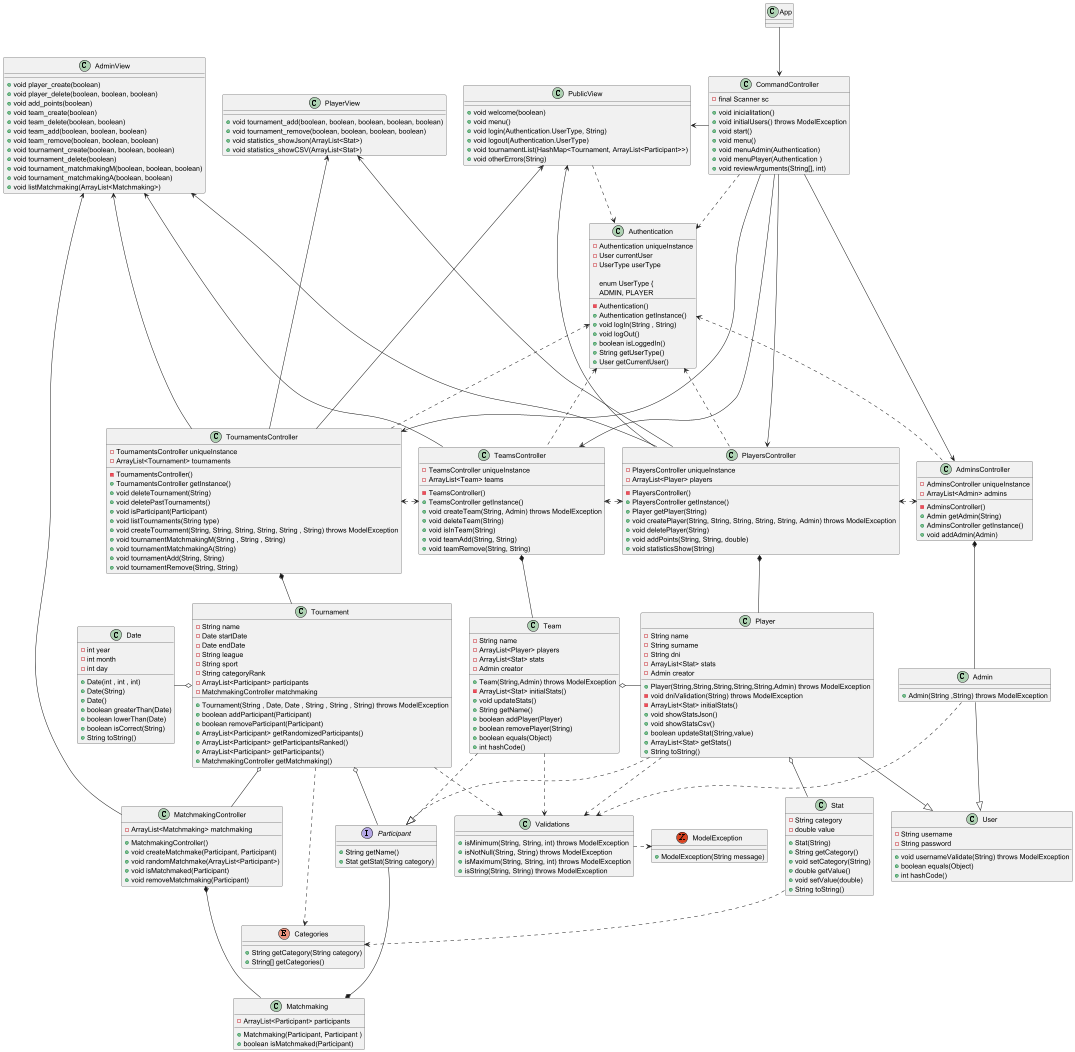
AlbertoArpa/POO2 keeps this PlantUML diagram as documents/uml.png. Above is the earlier version. Its diagram source:
```plantuml
@startuml
class User {
    - String username
    - String password
    + void usernameValidate(String) throws ModelException
    + boolean equals(Object)
    + int hashCode()
}

class Player {
    - String name
    - String surname
    - String dni
    - ArrayList<Stat> stats
    - Admin creator
    + Player(String,String,String,String,String,Admin) throws ModelException
    - void dniValidation(String) throws ModelException
    - ArrayList<Stat> initialStats()
    + void showStatsJson()
    + void showStatsCsv()
    + boolean updateStat(String,value)
    + ArrayList<Stat> getStats()
    + String toString()
}

class Admin {
    + Admin(String ,String) throws ModelException
}

enum Categories {
    +String getCategory(String category)
    +String[] getCategories()
}

class Stat {
    - String category
    - double value
    + Stat(String)
    + String getCategory()
    + void setCategory(String)
    + double getValue()
    + void setValue(double)
    + String toString()
}

class Team {
    - String name
    - ArrayList<Player> players
    - ArrayList<Stat> stats
    - Admin creator
    + Team(String,Admin) throws ModelException
    - ArrayList<Stat> initialStats()
    + void updateStats()
    + String getName()
    + boolean addPlayer(Player)
    + boolean removePlayer(String)
    + boolean equals(Object)
    + int hashCode()
}

class Matchmaking {
    - ArrayList<Participant> participants
    + Matchmaking(Participant, Participant )
    + boolean isMatchmaked(Participant)
}

class Tournament {
    - String name
    - Date startDate
    - Date endDate
    - String league
    - String sport
    - String categoryRank
    - ArrayList<Participant> participants
    - MatchmakingController matchmaking
    + Tournament(String , Date, Date , String , String , String) throws ModelException
    + boolean addParticipant(Participant)
    + boolean removeParticipant(Participant)
    + ArrayList<Participant> getRandomizedParticipants()
    + ArrayList<Participant> getParticipantsRanked()
    + ArrayList<Participant> getParticipants()
    + MatchmakingController getMatchmaking()
}

class CommandController {
    - final Scanner sc
    + void inicialitation()
    + void initialUsers() throws ModelException
    + void start()
    + void menu()
    + void menuAdmin(Authentication)
    + void menuPlayer(Authentication )
    + void reviewArguments(String[], int)
}

class AdminsController {
    - AdminsController uniqueInstance
    - ArrayList<Admin> admins
    - AdminsController()
    + Admin getAdmin(String)
    + AdminsController getInstance()
    + void addAdmin(Admin)
}

class PlayersController {
    - PlayersController uniqueInstance
    - ArrayList<Player> players
    - PlayersController()
    + PlayersController getInstance()
    + Player getPlayer(String)
    + void createPlayer(String, String, String, String, String, Admin) throws ModelException
    + void deletePlayer(String)
    + void addPoints(String, String, double)
    + void statisticsShow(String)
}

class Authentication {
    - Authentication uniqueInstance
    - User currentUser
    - UserType userType
    - Authentication()
    + Authentication getInstance()
    + void logIn(String , String)
    + void logOut()
    + boolean isLoggedIn()
    + String getUserType()
    + User getCurrentUser()

    enum UserType {
        ADMIN, PLAYER

}

class TournamentsController {
    - TournamentsController uniqueInstance
    - ArrayList<Tournament> tournaments
    - TournamentsController()
    + TournamentsController getInstance()
    + void deleteTournament(String)
    + void deletePastTournaments()
    + void isParticipant(Participant)
    + void listTournaments(String type)
    + void createTournament(String, String, String, String, String , String) throws ModelException
    + void tournamentMatchmakingM(String , String , String)
    + void tournamentMatchmakingA(String)
    + void tournamentAdd(String, String)
    + void tournamentRemove(String, String)
}

class TeamsController {
    - TeamsController uniqueInstance
    - ArrayList<Team> teams
    - TeamsController()
    + TeamsController getInstance()
    + void createTeam(String, Admin) throws ModelException
    + void deleteTeam(String)
    + void isInTeam(String)
    + void teamAdd(String, String)
    + void teamRemove(String, String)
}

class MatchmakingController {
    - ArrayList<Matchmaking> matchmaking
    + MatchmakingController()
    + void createMatchmake(Participant, Participant)
    + void randomMatchmake(ArrayList<Participant>)
    + void isMatchmaked(Participant)
    + void removeMatchmaking(Participant)
}

class PlayerView {
    + void tournament_add(boolean, boolean, boolean, boolean, boolean)
    + void tournament_remove(boolean, boolean, boolean, boolean)
    + void statistics_showJson(ArrayList<Stat>)
    + void statistics_showCSV(ArrayList<Stat>)
}

class PublicView {
    + void welcome(boolean)
    + void menu()
    + void login(Authentication.UserType, String)
    + void logout(Authentication.UserType)
    + void tournamentList(HashMap<Tournament, ArrayList<Participant>>)
    + void otherErrors(String)
}

class AdminView {
    + void player_create(boolean)
    + void player_delete(boolean, boolean, boolean)
    + void add_points(boolean)
    + void team_create(boolean)
    + void team_delete(boolean, boolean)
    + void team_add(boolean, boolean, boolean)
    + void team_remove(boolean, boolean, boolean)
    + void tournament_create(boolean, boolean, boolean)
    + void tournament_delete(boolean)
    + void tournament_matchmakingM(boolean, boolean, boolean)
    + void tournament_matchmakingA(boolean, boolean)
    + void listMatchmaking(ArrayList<Matchmaking>)
}

interface Participant {
        + String getName()
        + Stat getStat(String category)
    }

Exception ModelException{
        + ModelException(String message)
    }

class Validations {
        + isMinimum(String, String, int) throws ModelException
        + isNotNull(String, String) throws ModelException
        + isMaximum(String, String, int) throws ModelException
        + isString(String, String) throws ModelException
    }

class Date {
        - int year
        - int month
        - int day
        + Date(int , int , int)
        + Date(String)
        + Date()
        + boolean greaterThan(Date)
        + boolean lowerThan(Date)
        + boolean isCorrect(String)
        + String toString()
    }

App --> CommandController
CommandController ---> TournamentsController
CommandController ---> TeamsController
CommandController ---> PlayersController
CommandController ---> AdminsController
PublicView <- CommandController
CommandController ..> Authentication
Authentication <. AdminsController
Authentication <. PlayersController
Authentication <... TeamsController
Authentication <... TournamentsController
TeamsController <.> PlayersController
AdminView <---- TeamsController
PlayersController <.> AdminsController
AdminView <---- PlayersController
AdminView <---- MatchmakingController
PlayerView <---- PlayersController
PublicView <---- PlayersController
PublicView ..> Authentication
TournamentsController <.> TeamsController
PublicView <---- TournamentsController
AdminView <---- TournamentsController
PlayerView <---- TournamentsController
TournamentsController *-- Tournament
Tournament o-- MatchmakingController
MatchmakingController *-- Matchmaking
AdminsController *-- Admin
PlayersController *-- Player
Player o-- Stat
Stat ..> Categories
TeamsController *-- Team
Team o- Player
Tournament o- Participant
Date -o Tournament
Tournament ..> Categories
Team ..|> Participant
Player ..|> Participant
Player --|> User
Admin --|> User
Participant ---* Matchmaking
Player ..> Validations
Admin ..> Validations
Team ..> Validations
Tournament ..> Validations
Validations .> ModelException

@enduml
```
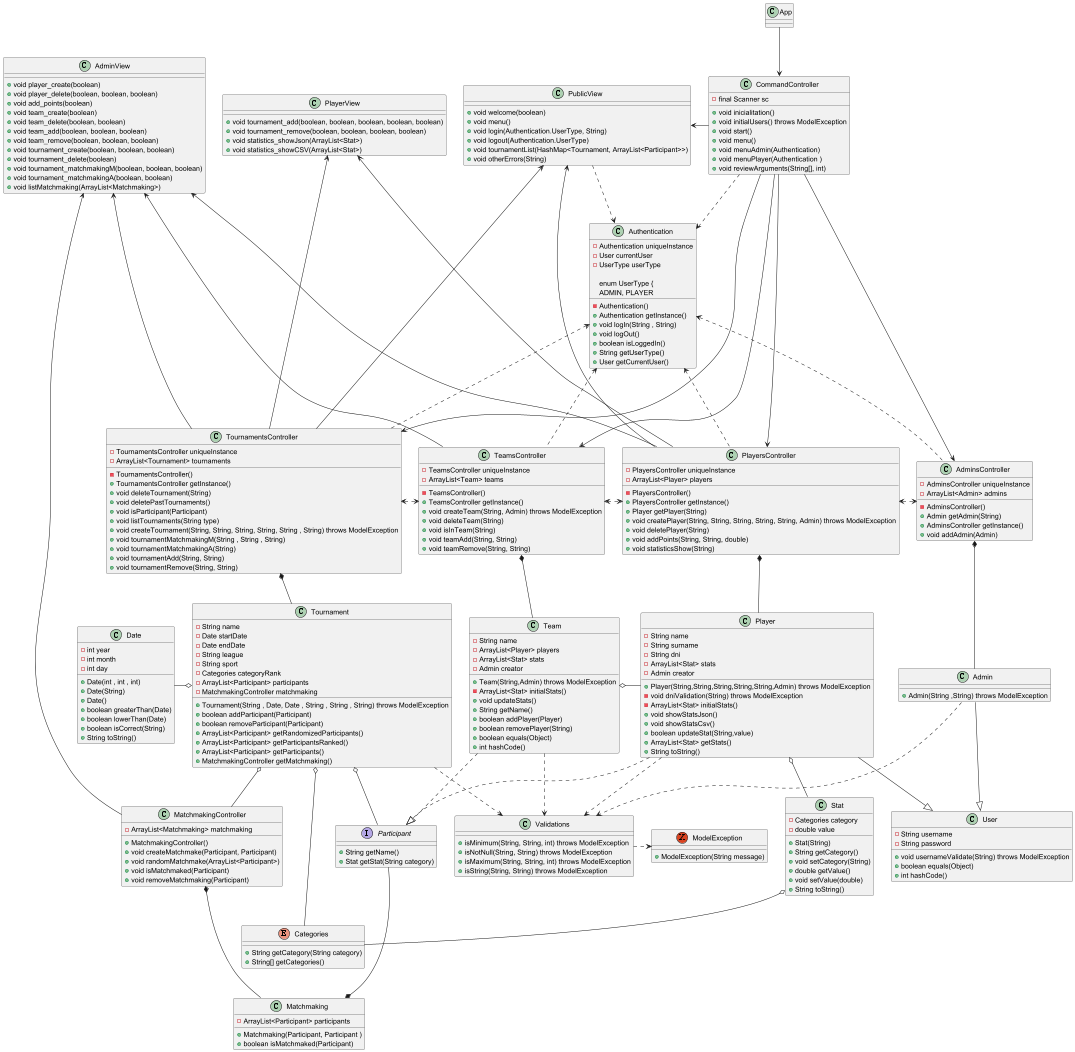
After the commit.

Commit message:
uml hechos

Change to the diagram source:
```diff
@@ -33,7 +33,7 @@
 }
 
 class Stat {
-    - String category
+    - Categories category
     - double value
     + Stat(String)
     + String getCategory()
@@ -70,7 +70,7 @@
     - Date endDate
     - String league
     - String sport
-    - String categoryRank
+    - Categories categoryRank
     - ArrayList<Participant> participants
     - MatchmakingController matchmaking
     + Tournament(String , Date, Date , String , String , String) throws ModelException
@@ -257,12 +257,12 @@
 AdminsController *-- Admin
 PlayersController *-- Player
 Player o-- Stat
-Stat ..> Categories
+Stat o-- Categories
 TeamsController *-- Team
 Team o- Player
 Tournament o- Participant
 Date -o Tournament
-Tournament ..> Categories
+Tournament o-- Categories
 Team ..|> Participant
 Player ..|> Participant
 Player --|> User
```
